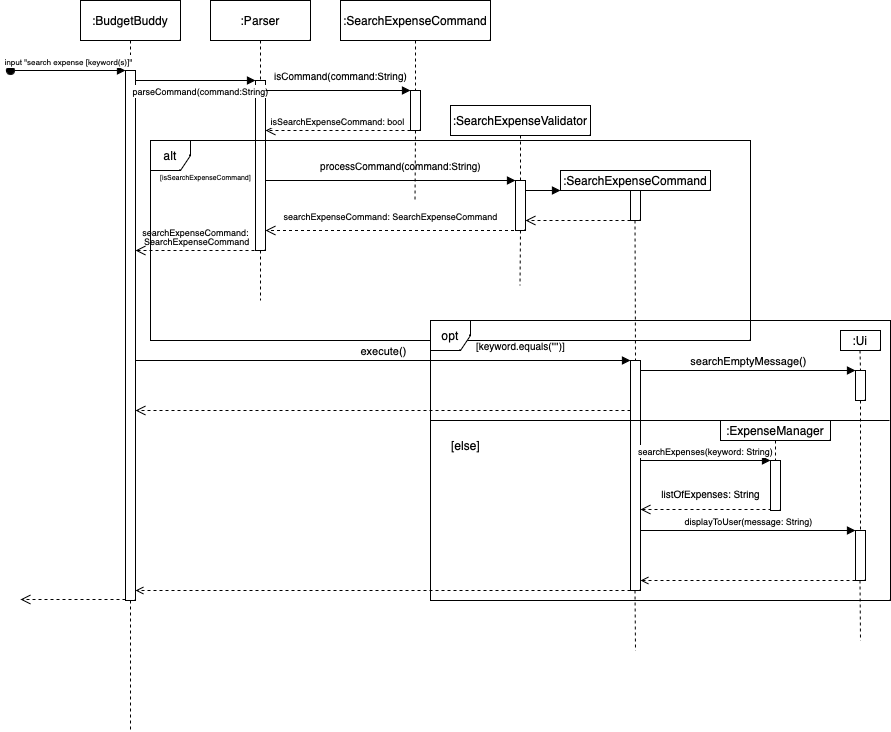
This is docs/diagrams/SearchExpenseSequenceDiagram.drawio.png from telferang/tp, a draw.io export, as it was before one commit. Source tidied: cells renumbered, new cells last; positions are measured from the earlier drawing's top-left corner, leaving out a move shared by most shapes.
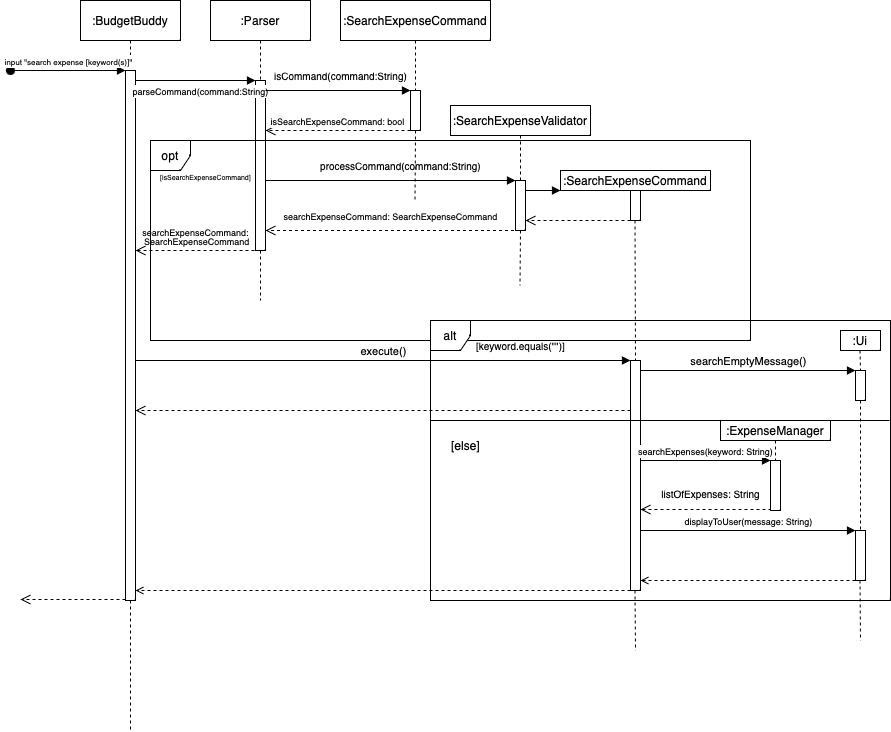
After the change.

Commit message:
Update DisplaySavings and SearchExpense sequence diagrams. Update DG for DisplayHelp and BreakdownExpense features. Change isCommand() in HelpCommand to return true for commands starting with "help"

Diff of the diagram source:
```diff
@@ -24,7 +24,7 @@
     <mxCell id="7" value=":SearchExpenseCommand" style="rounded=0;whiteSpace=wrap;html=1;" parent="1" vertex="1">
       <mxGeometry x="330" width="150" height="40" as="geometry" />
     </mxCell>
-    <mxCell id="8" value="alt" style="shape=umlFrame;whiteSpace=wrap;html=1;gradientColor=none;swimlaneFillColor=none;strokeColor=default;strokeWidth=1;noLabel=0;fixDash=0;backgroundOutline=0;fixedWidth=0;width=40;height=30;" parent="1" vertex="1">
+    <mxCell id="8" value="opt" style="shape=umlFrame;whiteSpace=wrap;html=1;gradientColor=none;swimlaneFillColor=none;strokeColor=default;strokeWidth=1;noLabel=0;fixDash=0;backgroundOutline=0;fixedWidth=0;width=40;height=30;" parent="1" vertex="1">
       <mxGeometry x="140" y="140" width="600" height="200" as="geometry" />
     </mxCell>
     <mxCell id="9" value="&lt;font style=&quot;font-size: 8px;&quot;&gt;input &quot;search expense [keyword(s)]&quot;&lt;/font&gt;" style="html=1;verticalAlign=bottom;startArrow=oval;endArrow=block;startSize=8;edgeStyle=elbowEdgeStyle;elbow=vertical;curved=0;rounded=0;" parent="1" edge="1" target="5">
@@ -158,7 +158,7 @@
         </Array>
       </mxGeometry>
     </mxCell>
-    <mxCell id="35" value="opt" style="shape=umlFrame;whiteSpace=wrap;html=1;gradientColor=none;swimlaneFillColor=none;strokeColor=default;strokeWidth=1;noLabel=0;fixDash=0;backgroundOutline=0;fixedWidth=0;width=40;height=30;" parent="1" vertex="1">
+    <mxCell id="35" value="alt" style="shape=umlFrame;whiteSpace=wrap;html=1;gradientColor=none;swimlaneFillColor=none;strokeColor=default;strokeWidth=1;noLabel=0;fixDash=0;backgroundOutline=0;fixedWidth=0;width=40;height=30;" parent="1" vertex="1">
       <mxGeometry x="420" y="320" width="460" height="280" as="geometry" />
     </mxCell>
     <mxCell id="36" value="&lt;font style=&quot;font-size: 10px;&quot;&gt;[keyword.equals(&quot;&quot;)]&lt;/font&gt;" style="text;html=1;align=center;verticalAlign=middle;strokeColor=none;fillColor=none;" parent="1" vertex="1">
```
